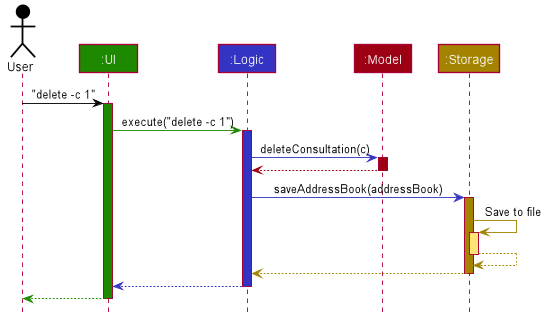
wireseo/tp keeps this PlantUML diagram as docs/images/ArchitectureSequenceDiagram.png. Above is the earlier version.
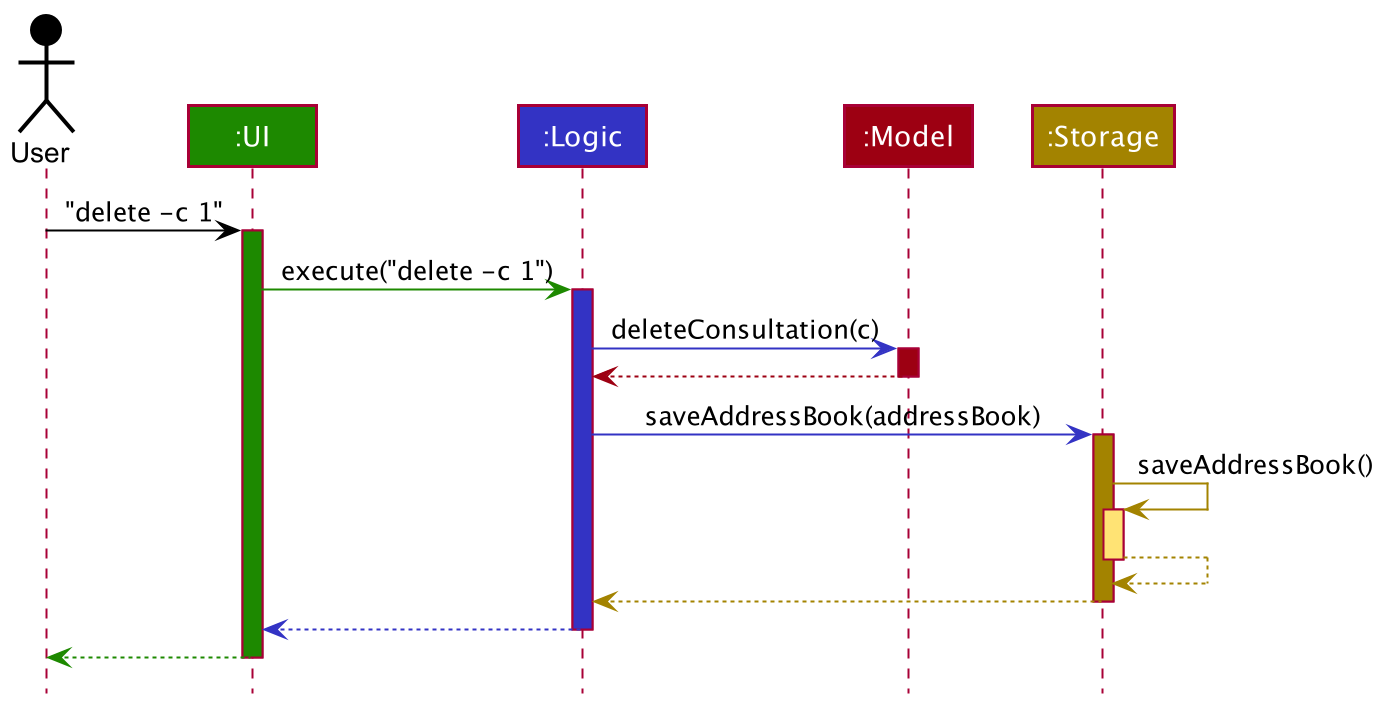
After the commit.

Commit message:
Update architecture diagram

The edit, as a diff of the source:
```diff
@@ -1,86 +1,38 @@
 @startuml
+!include style.puml
 
+Actor User as user USER_COLOR
+Participant ":UI" as ui UI_COLOR
+Participant ":Logic" as logic LOGIC_COLOR
+Participant ":Model" as model MODEL_COLOR
+Participant ":Storage" as storage STORAGE_COLOR
 
+user -[USER_COLOR]> ui : "delete -c 1"
+activate ui UI_COLOR
 
+ui -[UI_COLOR]> logic : execute("delete -c 1")
+activate logic LOGIC_COLOR
 
+logic -[LOGIC_COLOR]> model : deleteConsultation(c)
+activate model MODEL_COLOR
 
-
-
-
-
-skinparam BackgroundColor #FFFFFFF
-
-skinparam Shadowing false
-
-skinparam Class {
-    FontColor #FFFFFF
-    BorderThickness 1
-    BorderColor #FFFFFF
-    StereotypeFontColor #FFFFFF
-    FontName Arial
-}
-
-skinparam Actor {
-    BorderColor #000000
-    Color #000000
-    FontName Arial
-}
-
-skinparam Sequence {
-    MessageAlign center
-    BoxFontSize 15
-    BoxPadding 0
-    BoxFontColor #FFFFFF
-    FontName Arial
-}
-
-skinparam Participant {
-    FontColor #FFFFFFF
-    Padding 20
-}
-
-skinparam MinClassWidth 50
-skinparam ParticipantPadding 10
-skinparam Shadowing false
-skinparam DefaultTextAlignment center
-skinparam packageStyle Rectangle
-
-hide footbox
-hide members
-hide circle
-
-Actor User as user #000000
-Participant ":UI" as ui #1D8900
-Participant ":Logic" as logic #3333C4
-Participant ":Model" as model #9D0012
-Participant ":Storage" as storage #A38300
-
-user -[#000000]> ui : "delete -c 1"
-activate ui #1D8900
-
-ui -[#1D8900]> logic : execute("delete -c 1")
-activate logic #3333C4
-
-logic -[#3333C4]> model : deleteConsultation(c)
-activate model #9D0012
-
-model -[#9D0012]-> logic
+model -[MODEL_COLOR]-> logic
 deactivate model
 
-logic -[#3333C4]> storage : saveAddressBook(addressBook)
-activate storage #A38300
+logic -[LOGIC_COLOR]> storage : saveAddressBook(addressBook)
+activate storage STORAGE_COLOR
 
-storage -[#A38300]> storage : Save to file
-activate storage #FFE374
-storage --[#A38300]> storage
+storage -[STORAGE_COLOR]> storage : saveAddressBook()
+activate storage STORAGE_COLOR_T1
+storage --[STORAGE_COLOR]> storage
 deactivate storage
 
-storage --[#A38300]> logic
+storage --[STORAGE_COLOR]> logic
 deactivate storage
 
-logic --[#3333C4]> ui
+logic --[LOGIC_COLOR]> ui
 deactivate logic
 
-ui--[#1D8900]> user
+ui--[UI_COLOR]> user
 deactivate ui
 @enduml
```
